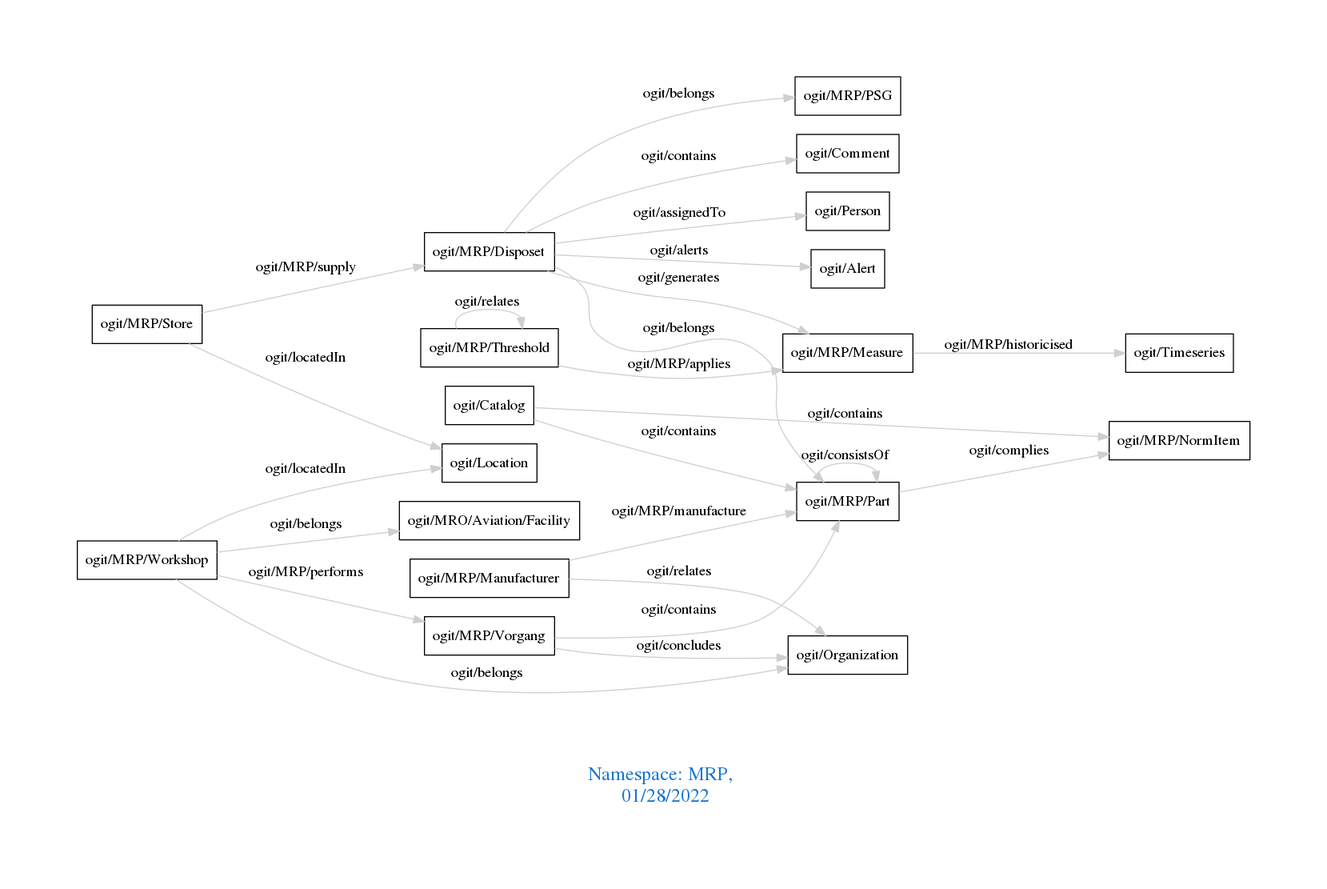
The Graphviz diagram downloads/MRP.png in arago/OGIT, before a commit. Its source is kept beside it as downloads/MRP.dot.
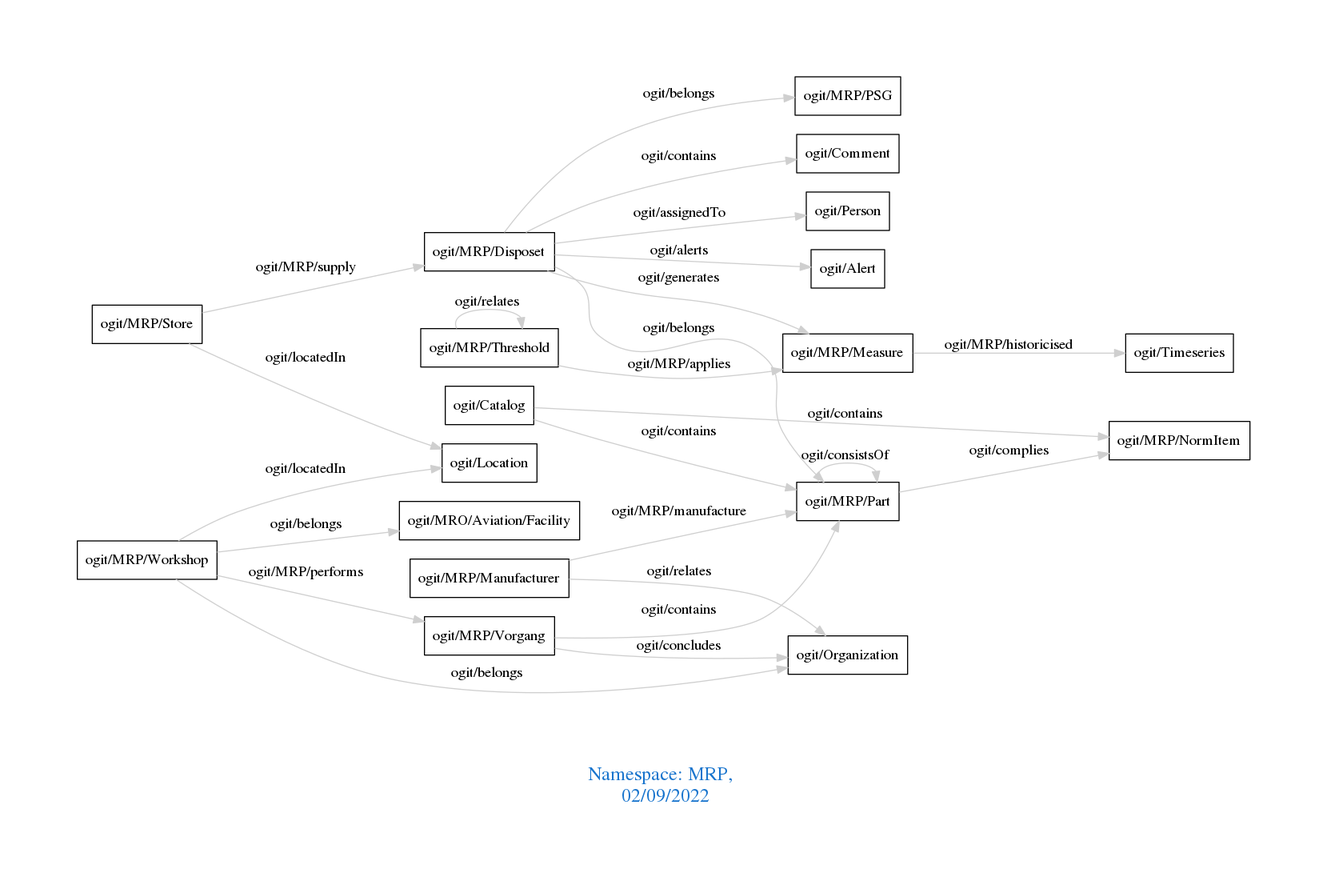
After the commit.

What changed in the source:
```diff
@@ -1,7 +1,7 @@
 digraph OGIT_ontology {
  graph [ rankdir= LR,pad=1
 fontsize = 18,
-fontcolor= dodgerblue3,label = "\n\n\nNamespace: MRP, \n 01/28/2022"];
+fontcolor= dodgerblue3,label = "\n\n\nNamespace: MRP, \n 02/09/2022"];
 node[shape=polygon];
 edge [  color="gray81"];
 
```
